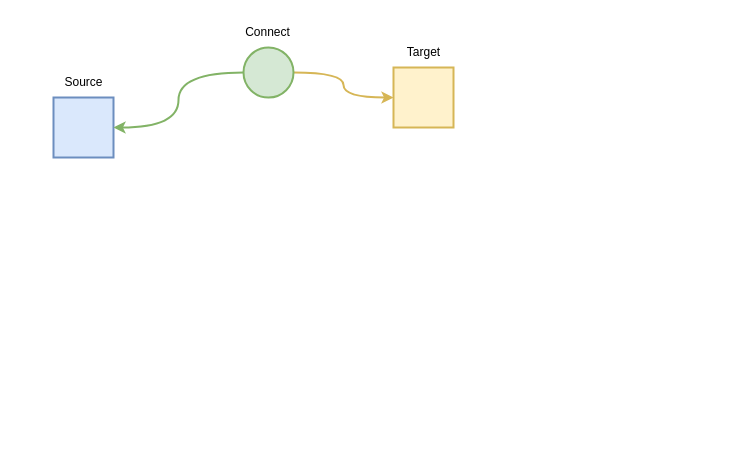
Above: 未命名绘图.drawio in ShawnTu/git-tutorial (draw.io), before the change. Source tidied: cells renumbered, new cells numbered last; positions are measured from the earlier drawing's top-left corner, leaving out a move shared by most shapes. Both pictures are drawn from the tidied source at 100%, with x=0, y=0 at pixel (53, 17).
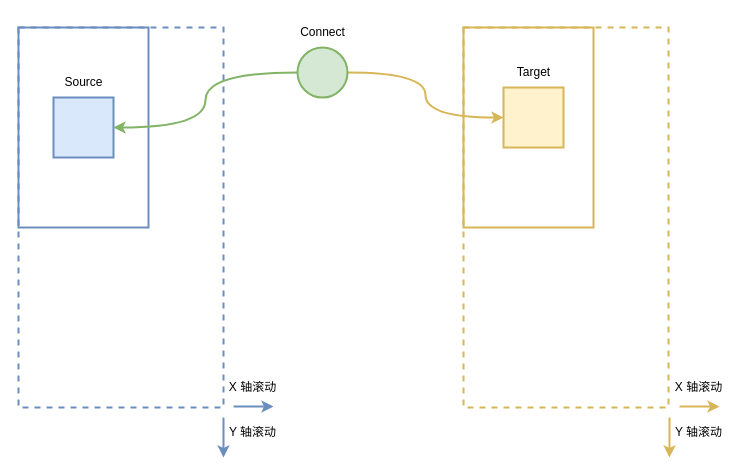
The same page after the edit.

What changed in the source:
```diff
@@
+    <mxCell id="10" style="rounded=0;whiteSpace=wrap;html=1;strokeWidth=2;fillColor=none;strokeColor=#d6b656;dashed=1;" parent="1" vertex="1">
+      <mxGeometry x="410" y="10" width="205" height="380" as="geometry" />
+    </mxCell>
+    <mxCell id="11" style="rounded=0;whiteSpace=wrap;html=1;strokeWidth=2;fillColor=none;strokeColor=#6c8ebf;dashed=1;" parent="1" vertex="1">
+      <mxGeometry x="-35" y="10" width="205" height="380" as="geometry" />
+    </mxCell>
+    <mxCell id="12" style="rounded=0;whiteSpace=wrap;html=1;strokeWidth=2;fillColor=none;strokeColor=#d6b656;" parent="1" vertex="1">
+      <mxGeometry x="410" y="10" width="130" height="200" as="geometry" />
+    </mxCell>
+    <mxCell id="13" style="rounded=0;whiteSpace=wrap;html=1;strokeWidth=2;fillColor=none;strokeColor=#6c8ebf;" parent="1" vertex="1">
+      <mxGeometry x="-35" y="10" width="130" height="200" as="geometry" />
+    </mxCell>
@@
     <mxCell id="3" style="rounded=0;whiteSpace=wrap;html=1;strokeWidth=2;fillColor=#fff2cc;strokeColor=#d6b656;" parent="1" vertex="1">
-      <mxGeometry x="340" y="50" width="60" height="60" as="geometry" />
+      <mxGeometry x="450" y="70" width="60" height="60" as="geometry" />
     </mxCell>
@@
     <mxCell id="6" style="ellipse;whiteSpace=wrap;html=1;strokeWidth=2;fillColor=#d5e8d4;strokeColor=#82b366;" parent="1" vertex="1">
-      <mxGeometry x="190" y="30" width="50" height="50" as="geometry" />
+      <mxGeometry x="244" y="30" width="50" height="50" as="geometry" />
     </mxCell>
@@
     <mxCell id="8" value="Target" style="text;html=1;align=center;verticalAlign=middle;strokeColor=none;fillColor=none;" parent="1" vertex="1">
-      <mxGeometry x="340" y="20" width="60" height="30" as="geometry" />
+      <mxGeometry x="450" y="40" width="60" height="30" as="geometry" />
     </mxCell>
     <mxCell id="9" value="Connect" style="text;html=1;align=center;verticalAlign=middle;strokeColor=none;fillColor=none;" parent="1" vertex="1">
-      <mxGeometry x="179" width="70" height="30" as="geometry" />
+      <mxGeometry x="234" width="70" height="30" as="geometry" />
     </mxCell>
+    <mxCell id="14" style="endArrow=classic;html=1;rounded=0;strokeWidth=2;curved=1;fillColor=#dae8fc;strokeColor=#6c8ebf;" parent="1" edge="1">
+      <mxGeometry relative="1" as="geometry">
+        <mxPoint x="180" y="389" as="sourcePoint" />
+        <mxPoint x="220" y="389" as="targetPoint" />
+      </mxGeometry>
+    </mxCell>
+    <mxCell id="15" style="endArrow=classic;html=1;rounded=0;strokeWidth=2;curved=1;fillColor=#dae8fc;strokeColor=#6c8ebf;" parent="1" edge="1">
+      <mxGeometry relative="1" as="geometry">
+        <mxPoint x="170" y="400" as="sourcePoint" />
+        <mxPoint x="170" y="440" as="targetPoint" />
+      </mxGeometry>
+    </mxCell>
+    <mxCell id="16" value="X 轴滚动" style="text;html=1;align=center;verticalAlign=middle;strokeColor=none;fillColor=none;" parent="1" vertex="1">
+      <mxGeometry x="164" y="355" width="70" height="30" as="geometry" />
+    </mxCell>
+    <mxCell id="17" value="Y 轴滚动" style="text;html=1;align=center;verticalAlign=middle;strokeColor=none;fillColor=none;" parent="1" vertex="1">
+      <mxGeometry x="164" y="400" width="70" height="30" as="geometry" />
+    </mxCell>
+    <mxCell id="18" style="endArrow=classic;html=1;rounded=0;strokeWidth=2;curved=1;fillColor=#fff2cc;strokeColor=#d6b656;" parent="1" edge="1">
+      <mxGeometry relative="1" as="geometry">
+        <mxPoint x="626" y="389" as="sourcePoint" />
+        <mxPoint x="666" y="389" as="targetPoint" />
+      </mxGeometry>
+    </mxCell>
+    <mxCell id="19" style="endArrow=classic;html=1;rounded=0;strokeWidth=2;curved=1;fillColor=#fff2cc;strokeColor=#d6b656;" parent="1" edge="1">
+      <mxGeometry relative="1" as="geometry">
+        <mxPoint x="616" y="400" as="sourcePoint" />
+        <mxPoint x="616" y="440" as="targetPoint" />
+      </mxGeometry>
+    </mxCell>
+    <mxCell id="20" value="X 轴滚动" style="text;html=1;align=center;verticalAlign=middle;strokeColor=none;fillColor=none;" parent="1" vertex="1">
+      <mxGeometry x="610" y="355" width="70" height="30" as="geometry" />
+    </mxCell>
+    <mxCell id="21" value="Y 轴滚动" style="text;html=1;align=center;verticalAlign=middle;strokeColor=none;fillColor=none;" parent="1" vertex="1">
+      <mxGeometry x="610" y="400" width="70" height="30" as="geometry" />
+    </mxCell>
```
